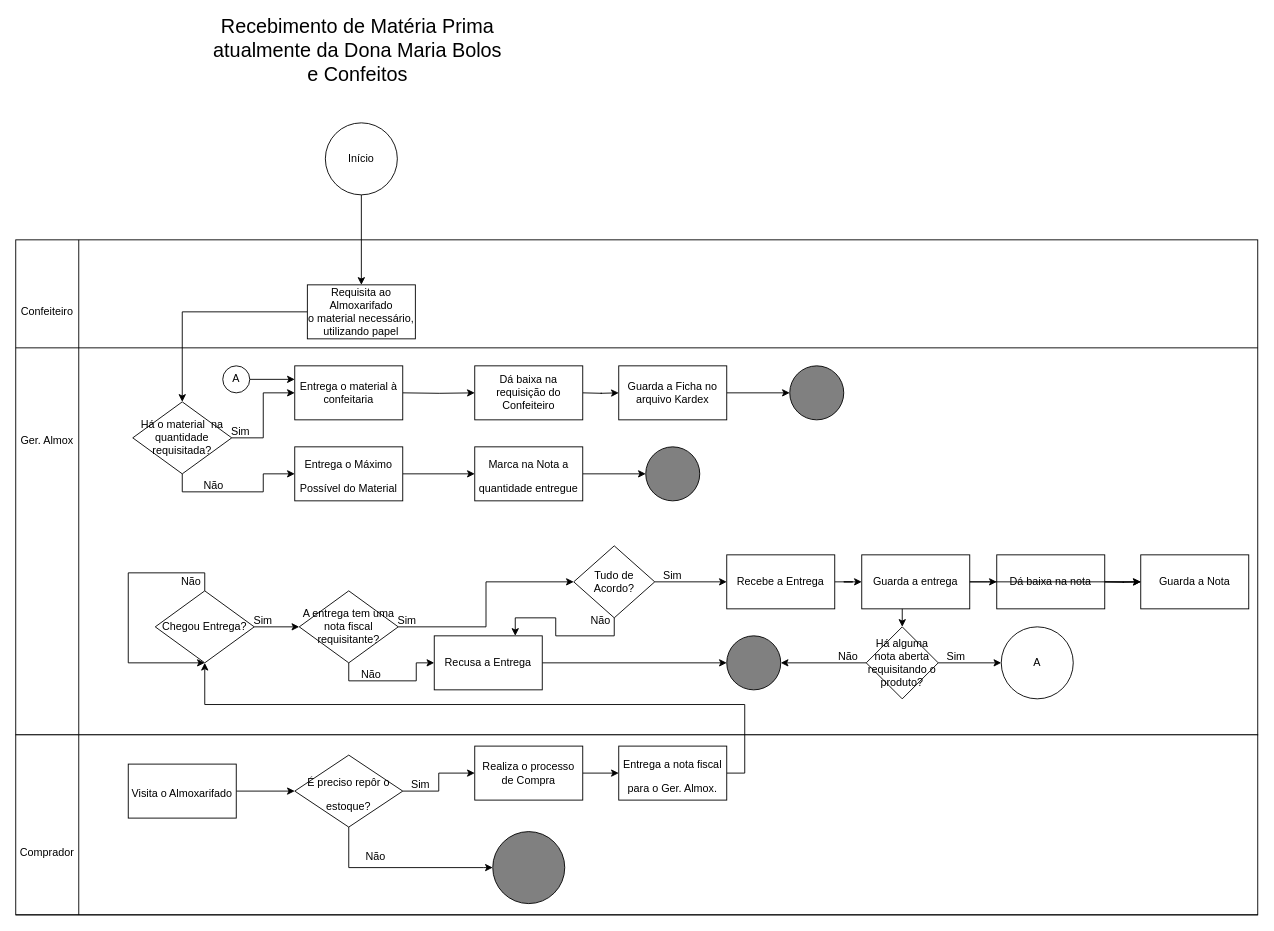
This is Análise de SIstemas/desenho de processo Dona Maria.drawio from Luiz-Dinani/1-Ano, a draw.io file, before an edit. Source tidied: cells renumbered, new cells numbered last; positions are measured from the earlier drawing's top-left corner, leaving out a move shared by most shapes. Both pictures are drawn from the tidied source at 90%, with x=0, y=0 at pixel (15, 41).
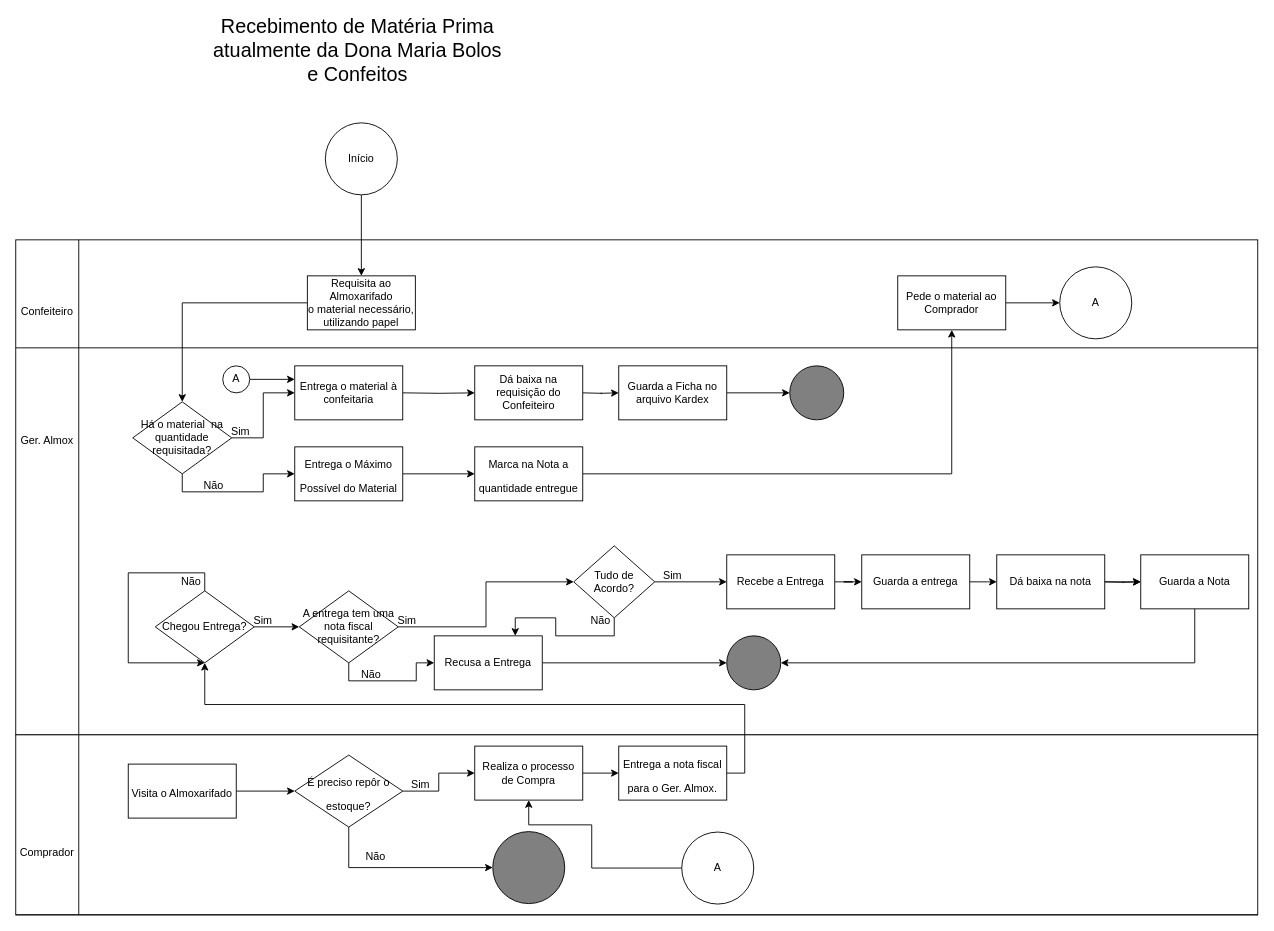
The same diagram, later.

Commit message:
Removendo melhoria (Esse é o "As is")

Unchanged cells that the change refers to:
```xml
<mxCell id="21" value="&lt;font style=&quot;font-size: 12px&quot;&gt;Marca na Nota a quantidade entregue&lt;/font&gt;" style="whiteSpace=wrap;html=1;rounded=0;fontSize=22;" parent="1" vertex="1">
  <mxGeometry x="510" y="450" width="120" height="60" as="geometry" />
</mxCell>
<mxCell id="33" value="&lt;font style=&quot;font-size: 12px&quot;&gt;Realiza o processo de Compra&lt;/font&gt;" style="whiteSpace=wrap;html=1;rounded=0;fontSize=12;" parent="1" vertex="1">
  <mxGeometry x="510" y="782.5" width="120" height="60" as="geometry" />
</mxCell>
<mxCell id="50" value="Guarda a Nota" style="whiteSpace=wrap;html=1;rounded=0;" parent="1" vertex="1">
  <mxGeometry x="1250" y="570" width="120" height="60" as="geometry" />
</mxCell>
<mxCell id="56" style="ellipse;whiteSpace=wrap;html=1;fontSize=12;labelBackgroundColor=#000000;fillColor=#808080;" parent="1" vertex="1">
  <mxGeometry x="790" y="660" width="60" height="60" as="geometry" />
</mxCell>
```

The edit, as a diff of the source:
```diff
@@
     <mxCell id="7" value="Requisita ao Almoxarifado&lt;br&gt;o material necessário, utilizando papel" style="rounded=0;whiteSpace=wrap;html=1;" parent="1" vertex="1">
-      <mxGeometry x="324" y="270" width="120" height="60" as="geometry" />
+      <mxGeometry x="324" y="260" width="120" height="60" as="geometry" />
     </mxCell>
@@
-    <mxCell id="20" style="edgeStyle=orthogonalEdgeStyle;rounded=0;jettySize=auto;html=1;exitX=1;exitY=0.5;exitDx=0;exitDy=0;entryX=0;entryY=0.5;entryDx=0;entryDy=0;fontSize=12;" parent="1" edge="1" source="21" target="40">
+    <mxCell id="20" style="edgeStyle=orthogonalEdgeStyle;rounded=0;jettySize=auto;html=1;exitX=1;exitY=0.5;exitDx=0;exitDy=0;entryX=0.5;entryY=1;entryDx=0;entryDy=0;fontSize=12;" parent="1" edge="1" source="21" target="77">
       <mxGeometry relative="1" as="geometry" />
     </mxCell>
@@
-    <mxCell id="40" style="ellipse;whiteSpace=wrap;html=1;fontSize=12;labelBackgroundColor=#000000;fillColor=#808080;" parent="1" vertex="1">
-      <mxGeometry x="700" y="450" width="60" height="60" as="geometry" />
-    </mxCell>
@@
-    <mxCell id="49" style="edgeStyle=orthogonalEdgeStyle;rounded=0;jettySize=auto;html=1;fontSize=12;" parent="1" edge="1" source="50" target="59">
-      <mxGeometry relative="1" as="geometry" />
-    </mxCell>
@@
-    <mxCell id="57" style="edgeStyle=orthogonalEdgeStyle;rounded=0;jettySize=auto;html=1;exitX=0;exitY=0.5;exitDx=0;exitDy=0;fontSize=12;" parent="1" edge="1" source="59" target="56">
+    <mxCell id="57" style="edgeStyle=orthogonalEdgeStyle;rounded=0;jettySize=auto;html=1;exitX=0.5;exitY=1;exitDx=0;exitDy=0;fontSize=12;entryX=1;entryY=0.5;entryDx=0;entryDy=0;" parent="1" edge="1" source="50" target="56">
       <mxGeometry relative="1" as="geometry" />
     </mxCell>
-    <mxCell id="58" style="edgeStyle=orthogonalEdgeStyle;rounded=0;jettySize=auto;html=1;exitX=1;exitY=0.5;exitDx=0;exitDy=0;entryX=0;entryY=0.5;entryDx=0;entryDy=0;fontSize=12;" parent="1" edge="1" source="59" target="61">
-      <mxGeometry relative="1" as="geometry" />
-    </mxCell>
-    <mxCell id="59" value="Há alguma nota aberta requisitando o produto?" style="rhombus;whiteSpace=wrap;html=1;rounded=0;" parent="1" vertex="1">
-      <mxGeometry x="945" y="650" width="80" height="80" as="geometry" />
-    </mxCell>
-    <mxCell id="60" value="&lt;font style=&quot;font-size: 12px&quot;&gt;Não&lt;/font&gt;" style="text;html=1;strokeColor=none;fillColor=none;align=center;verticalAlign=middle;whiteSpace=wrap;rounded=0;fontSize=22;" parent="1" vertex="1">
-      <mxGeometry x="905" y="670" width="40" height="20" as="geometry" />
-    </mxCell>
-    <mxCell id="61" value="&lt;span style=&quot;&quot;&gt;A&lt;/span&gt;" style="ellipse;whiteSpace=wrap;html=1;labelBackgroundColor=#FFFFFF;fontSize=12;strokeColor=default;fillColor=#FFFFFF;" parent="1" vertex="1">
-      <mxGeometry x="1095" y="650" width="80" height="80" as="geometry" />
-    </mxCell>
-    <mxCell id="62" value="&lt;font style=&quot;font-size: 12px&quot;&gt;Sim&lt;/font&gt;" style="text;html=1;strokeColor=none;fillColor=none;align=center;verticalAlign=middle;whiteSpace=wrap;rounded=0;fontSize=22;" parent="1" vertex="1">
-      <mxGeometry x="1025" y="670" width="40" height="20" as="geometry" />
-    </mxCell>
@@
+    <mxCell id="76" style="edgeStyle=orthogonalEdgeStyle;rounded=0;jettySize=auto;html=1;exitX=1;exitY=0.5;exitDx=0;exitDy=0;" parent="1" edge="1" source="77" target="78">
+      <mxGeometry relative="1" as="geometry" />
+    </mxCell>
+    <mxCell id="77" value="Pede o material ao Comprador" style="rounded=0;whiteSpace=wrap;html=1;" parent="1" vertex="1">
+      <mxGeometry x="980" y="260" width="120" height="60" as="geometry" />
+    </mxCell>
+    <mxCell id="78" value="A" style="ellipse;whiteSpace=wrap;html=1;" parent="1" vertex="1">
+      <mxGeometry x="1160" y="250" width="80" height="80" as="geometry" />
+    </mxCell>
+    <mxCell id="79" style="edgeStyle=orthogonalEdgeStyle;rounded=0;jettySize=auto;html=1;exitX=0;exitY=0.5;exitDx=0;exitDy=0;" parent="1" edge="1" source="80" target="33">
+      <mxGeometry relative="1" as="geometry">
+        <Array as="points">
+          <mxPoint x="640" y="918" />
+          <mxPoint x="640" y="870" />
+          <mxPoint x="570" y="870" />
+        </Array>
+      </mxGeometry>
+    </mxCell>
+    <mxCell id="80" value="A" style="ellipse;whiteSpace=wrap;html=1;" parent="1" vertex="1">
+      <mxGeometry x="740" y="878" width="80" height="80" as="geometry" />
+    </mxCell>
```
